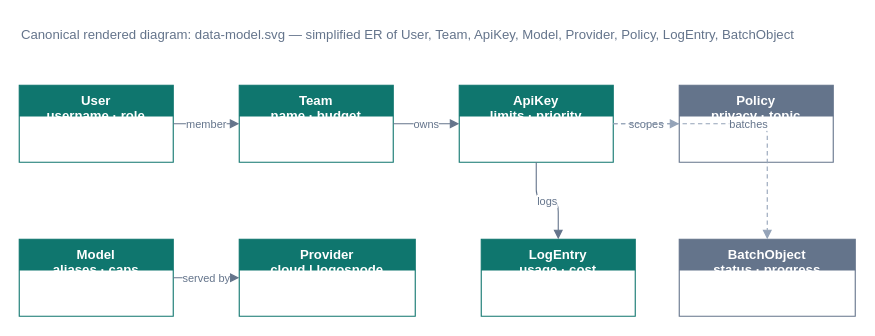
This is page "Data Model" (3 of 4) of logos/docs/static/img/system-design/system-design.drawio from ls1intum/edutelligence, a draw.io file, before an edit. Source tidied: cells renumbered, new cells numbered last; positions are measured from the earlier drawing's top-left corner, leaving out a move shared by most shapes. Both pictures are drawn from the tidied source at 110%, with x=0, y=0 at pixel (19, 19).
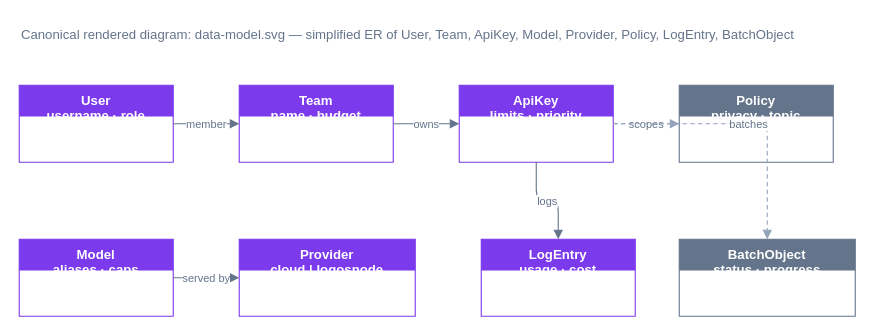
After the change.

The edit, as a diff of the source:
```diff
@@
 <mxGraphModel>
   <root>
     <mxCell id="0" />
     <mxCell id="1" parent="0" />
     <mxCell id="2" value="Canonical rendered diagram: data-model.svg — simplified ER of User, Team, ApiKey, Model, Provider, Policy, LogEntry, BatchObject" style="text;html=1;strokeColor=none;fillColor=none;align=left;fontFamily=Helvetica;fontSize=12;fontColor=#64748B;" parent="1" vertex="1">
       <mxGeometry width="700" height="30" as="geometry" />
     </mxCell>
-    <mxCell id="3" value="User&#10;username · role" style="swimlane;fontStyle=1;align=center;verticalAlign=top;horizontal=1;startSize=28;fillColor=#0F766E;strokeColor=#0F766E;fontColor=#FFFFFF;swimlaneFillColor=#FFFFFF;" parent="1" vertex="1">
+    <mxCell id="3" value="User&#10;username · role" style="swimlane;fontStyle=1;align=center;verticalAlign=top;horizontal=1;startSize=28;fillColor=#7C3AED;strokeColor=#7C3AED;fontColor=#FFFFFF;swimlaneFillColor=#FFFFFF;" parent="1" vertex="1">
       <mxGeometry y="60" width="140" height="70" as="geometry" />
     </mxCell>
-    <mxCell id="4" value="Team&#10;name · budget" style="swimlane;fontStyle=1;align=center;verticalAlign=top;startSize=28;fillColor=#0F766E;strokeColor=#0F766E;fontColor=#FFFFFF;swimlaneFillColor=#FFFFFF;" parent="1" vertex="1">
+    <mxCell id="4" value="Team&#10;name · budget" style="swimlane;fontStyle=1;align=center;verticalAlign=top;startSize=28;fillColor=#7C3AED;strokeColor=#7C3AED;fontColor=#FFFFFF;swimlaneFillColor=#FFFFFF;" parent="1" vertex="1">
       <mxGeometry x="200" y="60" width="140" height="70" as="geometry" />
     </mxCell>
-    <mxCell id="5" value="ApiKey&#10;limits · priority" style="swimlane;fontStyle=1;align=center;verticalAlign=top;startSize=28;fillColor=#0F766E;strokeColor=#0F766E;fontColor=#FFFFFF;swimlaneFillColor=#FFFFFF;" parent="1" vertex="1">
+    <mxCell id="5" value="ApiKey&#10;limits · priority" style="swimlane;fontStyle=1;align=center;verticalAlign=top;startSize=28;fillColor=#7C3AED;strokeColor=#7C3AED;fontColor=#FFFFFF;swimlaneFillColor=#FFFFFF;" parent="1" vertex="1">
       <mxGeometry x="400" y="60" width="140" height="70" as="geometry" />
     </mxCell>
-    <mxCell id="6" value="Model&#10;aliases · caps" style="swimlane;fontStyle=1;align=center;verticalAlign=top;startSize=28;fillColor=#0F766E;strokeColor=#0F766E;fontColor=#FFFFFF;swimlaneFillColor=#FFFFFF;" parent="1" vertex="1">
+    <mxCell id="6" value="Model&#10;aliases · caps" style="swimlane;fontStyle=1;align=center;verticalAlign=top;startSize=28;fillColor=#7C3AED;strokeColor=#7C3AED;fontColor=#FFFFFF;swimlaneFillColor=#FFFFFF;" parent="1" vertex="1">
       <mxGeometry y="200" width="140" height="70" as="geometry" />
     </mxCell>
-    <mxCell id="7" value="Provider&#10;cloud | logosnode" style="swimlane;fontStyle=1;align=center;verticalAlign=top;startSize=28;fillColor=#0F766E;strokeColor=#0F766E;fontColor=#FFFFFF;swimlaneFillColor=#FFFFFF;" parent="1" vertex="1">
+    <mxCell id="7" value="Provider&#10;cloud | logosnode" style="swimlane;fontStyle=1;align=center;verticalAlign=top;startSize=28;fillColor=#7C3AED;strokeColor=#7C3AED;fontColor=#FFFFFF;swimlaneFillColor=#FFFFFF;" parent="1" vertex="1">
       <mxGeometry x="200" y="200" width="160" height="70" as="geometry" />
     </mxCell>
-    <mxCell id="8" value="LogEntry&#10;usage · cost" style="swimlane;fontStyle=1;align=center;verticalAlign=top;startSize=28;fillColor=#0F766E;strokeColor=#0F766E;fontColor=#FFFFFF;swimlaneFillColor=#FFFFFF;" parent="1" vertex="1">
+    <mxCell id="8" value="LogEntry&#10;usage · cost" style="swimlane;fontStyle=1;align=center;verticalAlign=top;startSize=28;fillColor=#7C3AED;strokeColor=#7C3AED;fontColor=#FFFFFF;swimlaneFillColor=#FFFFFF;" parent="1" vertex="1">
       <mxGeometry x="420" y="200" width="140" height="70" as="geometry" />
     </mxCell>
     <mxCell id="9" value="Policy&#10;privacy · topic" style="swimlane;fontStyle=1;align=center;verticalAlign=top;startSize=28;fillColor=#64748B;strokeColor=#64748B;fontColor=#FFFFFF;swimlaneFillColor=#FFFFFF;" parent="1" vertex="1">
       <mxGeometry x="600" y="60" width="140" height="70" as="geometry" />
     </mxCell>
     <mxCell id="10" value="BatchObject&#10;status · progress" style="swimlane;fontStyle=1;align=center;verticalAlign=top;startSize=28;fillColor=#64748B;strokeColor=#64748B;fontColor=#FFFFFF;swimlaneFillColor=#FFFFFF;" parent="1" vertex="1">
       <mxGeometry x="600" y="200" width="160" height="70" as="geometry" />
     </mxCell>
     <mxCell id="11" value="member" style="edgeStyle=orthogonalEdgeStyle;rounded=1;html=1;strokeColor=#64748B;endArrow=block;endFill=1;fontSize=10;fontColor=#64748B;" parent="1" edge="1" source="3" target="4">
       <mxGeometry relative="1" as="geometry" />
     </mxCell>
     <mxCell id="12" value="owns" style="edgeStyle=orthogonalEdgeStyle;rounded=1;html=1;strokeColor=#64748B;endArrow=block;endFill=1;fontSize=10;fontColor=#64748B;" parent="1" edge="1" source="4" target="5">
       <mxGeometry relative="1" as="geometry" />
     </mxCell>
     <mxCell id="13" value="served by" style="edgeStyle=orthogonalEdgeStyle;rounded=1;html=1;strokeColor=#64748B;endArrow=block;endFill=1;fontSize=10;fontColor=#64748B;" parent="1" edge="1" source="6" target="7">
       <mxGeometry relative="1" as="geometry" />
     </mxCell>
     <mxCell id="14" value="logs" style="edgeStyle=orthogonalEdgeStyle;rounded=1;html=1;strokeColor=#64748B;endArrow=block;endFill=1;fontSize=10;fontColor=#64748B;" parent="1" edge="1" source="5" target="8">
       <mxGeometry relative="1" as="geometry" />
     </mxCell>
     <mxCell id="15" value="scopes" style="edgeStyle=orthogonalEdgeStyle;rounded=1;html=1;strokeColor=#94A3B8;dashed=1;dashPattern=4 3;endArrow=block;endFill=1;fontSize=10;fontColor=#64748B;" parent="1" edge="1" source="5" target="9">
       <mxGeometry relative="1" as="geometry" />
     </mxCell>
     <mxCell id="16" value="batches" style="edgeStyle=orthogonalEdgeStyle;rounded=1;html=1;strokeColor=#94A3B8;dashed=1;dashPattern=4 3;endArrow=block;endFill=1;fontSize=10;fontColor=#64748B;" parent="1" edge="1" source="5" target="10">
       <mxGeometry relative="1" as="geometry" />
     </mxCell>
   </root>
 </mxGraphModel>
```
